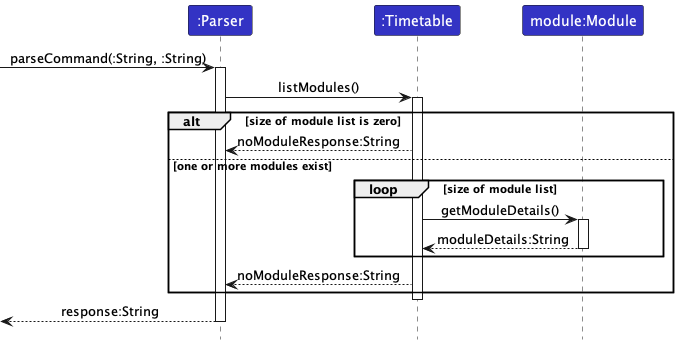
Above: docs/images/listTimetable.png in nus-cs2113-AY2223S1/tp (PlantUML), before the change.
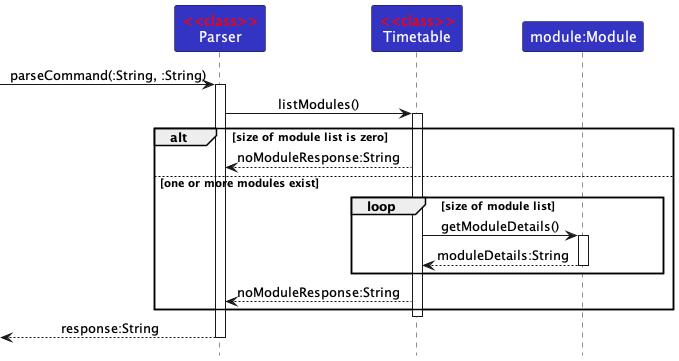
After the commit.

Diff of the diagram source:
```diff
@@ -1,8 +1,8 @@
 @startuml
 !include style.puml
 
-participant ":Parser" as Parser LOGIC_COLOR
-participant ":Timetable" as Timetable LOGIC_COLOR
+participant "<color: red><<class>></color>\nParser" as Parser LOGIC_COLOR
+participant "<color: red><<class>></color>\nTimetable" as Timetable LOGIC_COLOR
 participant "module:Module" as Module LOGIC_COLOR
 
 [-> Parser : parseCommand(:String, :String)
```
